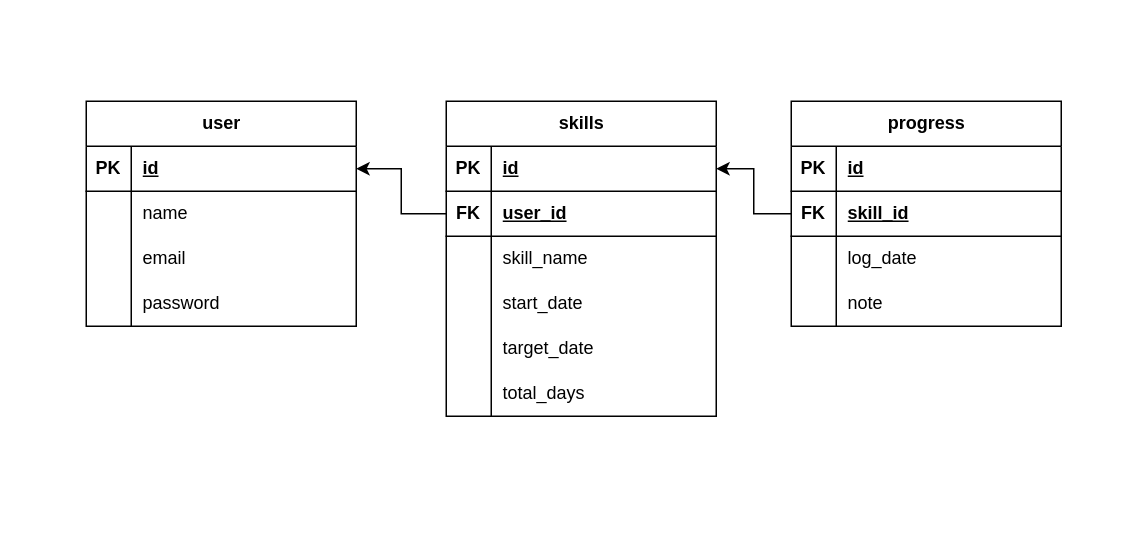
The draw.io diagram Diagram Tanpa Judul.drawio in hambali-020608/skill-tracer, before the edit. Source tidied: cells renumbered, new cells numbered last; positions are measured from the earlier drawing's top-left corner, leaving out a move shared by most shapes. Both pictures are drawn from the tidied source at 150%, with x=0, y=0 at pixel (86, 100).
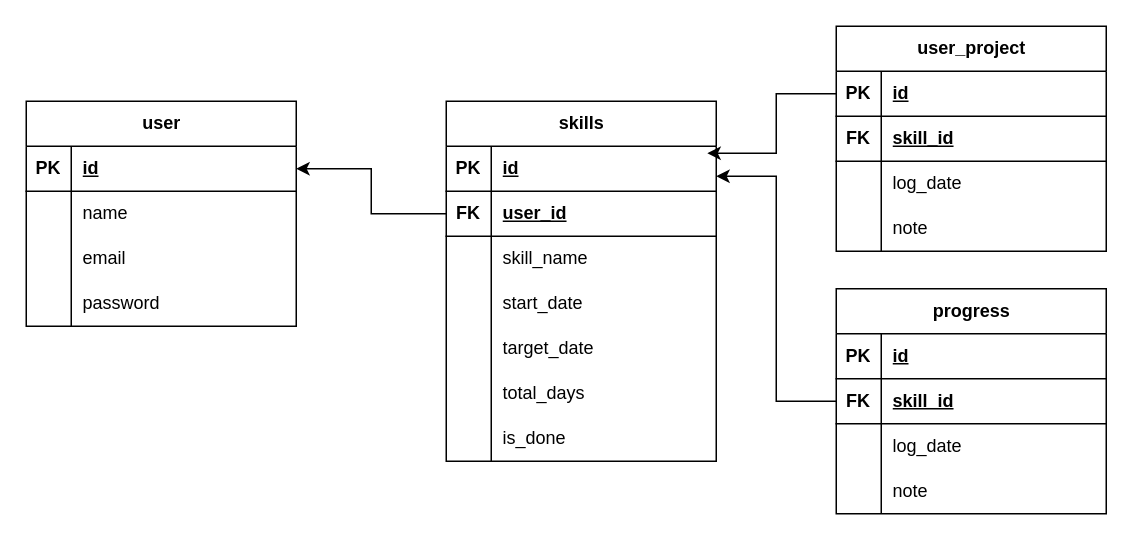
The same diagram, later.

Unchanged cells that the change refers to:
```xml
<mxCell id="16" style="shape=tableRow;horizontal=0;startSize=0;swimlaneHead=0;swimlaneBody=0;fillColor=none;points=[[0,0.5],[1,0.5]];portConstraint=eastwest;top=0;left=0;right=0;bottom=1;" parent="15" vertex="1">
  <mxGeometry y="30" width="180" height="30" as="geometry" />
</mxCell>
<mxCell id="38" style="shape=tableRow;horizontal=0;startSize=0;swimlaneHead=0;swimlaneBody=0;fillColor=none;points=[[0,0.5],[1,0.5]];portConstraint=eastwest;top=0;left=0;right=0;bottom=1;" parent="34" vertex="1">
  <mxGeometry y="60" width="180" height="30" as="geometry" />
</mxCell>
```

Change to the diagram source:
```diff
@@
     <mxCell id="2" value="user" style="shape=table;startSize=30;childLayout=tableLayout;rowLines=0;fontStyle=1;align=center;html=1;" parent="1" vertex="1">
-      <mxGeometry width="180" height="150" as="geometry" />
+      <mxGeometry x="-40" width="180" height="150" as="geometry" />
     </mxCell>
@@
     <mxCell id="15" value="skills" style="shape=table;startSize=30;childLayout=tableLayout;rowLines=0;fontStyle=1;align=center;html=1;" parent="1" vertex="1">
-      <mxGeometry x="240" width="180" height="210" as="geometry" />
+      <mxGeometry x="240" width="180" height="240" as="geometry" />
     </mxCell>
@@
+    <mxCell id="49" style="shape=tableRow;horizontal=0;startSize=0;swimlaneHead=0;swimlaneBody=0;fillColor=none;top=0;left=0;right=0;bottom=0;" parent="15" vertex="1">
+      <mxGeometry y="210" width="180" height="30" as="geometry" />
+    </mxCell>
+    <mxCell id="50" style="shape=partialRectangle;fillColor=none;top=0;left=0;bottom=0;right=0;overflow=hidden;whiteSpace=wrap;html=1;" parent="49" vertex="1">
+      <mxGeometry width="30" height="30" as="geometry" />
+    </mxCell>
+    <mxCell id="51" value="is_done" style="shape=partialRectangle;fillColor=none;top=0;left=0;bottom=0;right=0;align=left;spacingLeft=6;overflow=hidden;whiteSpace=wrap;html=1;" parent="49" vertex="1">
+      <mxGeometry x="30" width="150" height="30" as="geometry" />
+    </mxCell>
     <mxCell id="34" value="progress" style="shape=table;startSize=30;childLayout=tableLayout;rowLines=0;fontStyle=1;align=center;html=1;" parent="1" vertex="1">
-      <mxGeometry x="470" width="180" height="150" as="geometry" />
+      <mxGeometry x="500" y="125" width="180" height="150" as="geometry" />
     </mxCell>
@@
     <mxCell id="47" style="edgeStyle=orthogonalEdgeStyle;rounded=0;jettySize=auto;html=1;" parent="1" edge="1" source="38" target="16">
-      <mxGeometry relative="1" as="geometry" />
+      <mxGeometry relative="1" as="geometry">
+        <Array as="points">
+          <mxPoint x="460" y="200" />
+          <mxPoint x="460" y="50" />
+        </Array>
+      </mxGeometry>
     </mxCell>
@@
+    <mxCell id="52" value="user_project" style="shape=table;startSize=30;childLayout=tableLayout;rowLines=0;fontStyle=1;align=center;html=1;" parent="1" vertex="1">
+      <mxGeometry x="500" y="-50" width="180" height="150" as="geometry" />
+    </mxCell>
+    <mxCell id="53" style="shape=tableRow;horizontal=0;startSize=0;swimlaneHead=0;swimlaneBody=0;fillColor=none;points=[[0,0.5],[1,0.5]];portConstraint=eastwest;top=0;left=0;right=0;bottom=1;" parent="52" vertex="1">
+      <mxGeometry y="30" width="180" height="30" as="geometry" />
+    </mxCell>
+    <mxCell id="54" value="PK" style="shape=partialRectangle;fillColor=none;top=0;left=0;bottom=0;right=0;fontStyle=1;overflow=hidden;whiteSpace=wrap;html=1;" parent="53" vertex="1">
+      <mxGeometry width="30" height="30" as="geometry" />
+    </mxCell>
+    <mxCell id="55" value="id" style="shape=partialRectangle;fillColor=none;top=0;left=0;bottom=0;right=0;align=left;spacingLeft=6;fontStyle=5;overflow=hidden;whiteSpace=wrap;html=1;" parent="53" vertex="1">
+      <mxGeometry x="30" width="150" height="30" as="geometry" />
+    </mxCell>
+    <mxCell id="56" style="shape=tableRow;horizontal=0;startSize=0;swimlaneHead=0;swimlaneBody=0;fillColor=none;top=0;left=0;right=0;bottom=1;" parent="52" vertex="1">
+      <mxGeometry y="60" width="180" height="30" as="geometry" />
+    </mxCell>
+    <mxCell id="57" value="FK" style="shape=partialRectangle;fillColor=none;top=0;left=0;bottom=0;right=0;fontStyle=1;overflow=hidden;whiteSpace=wrap;html=1;" parent="56" vertex="1">
+      <mxGeometry width="30" height="30" as="geometry" />
+    </mxCell>
+    <mxCell id="58" value="skill_id" style="shape=partialRectangle;fillColor=none;top=0;left=0;bottom=0;right=0;align=left;spacingLeft=6;fontStyle=5;overflow=hidden;whiteSpace=wrap;html=1;" parent="56" vertex="1">
+      <mxGeometry x="30" width="150" height="30" as="geometry" />
+    </mxCell>
+    <mxCell id="59" style="shape=tableRow;horizontal=0;startSize=0;swimlaneHead=0;swimlaneBody=0;fillColor=none;top=0;left=0;right=0;bottom=0;" parent="52" vertex="1">
+      <mxGeometry y="90" width="180" height="30" as="geometry" />
+    </mxCell>
+    <mxCell id="60" style="shape=partialRectangle;fillColor=none;top=0;left=0;bottom=0;right=0;overflow=hidden;whiteSpace=wrap;html=1;" parent="59" vertex="1">
+      <mxGeometry width="30" height="30" as="geometry" />
+    </mxCell>
+    <mxCell id="61" value="log_date" style="shape=partialRectangle;fillColor=none;top=0;left=0;bottom=0;right=0;align=left;spacingLeft=6;overflow=hidden;whiteSpace=wrap;html=1;" parent="59" vertex="1">
+      <mxGeometry x="30" width="150" height="30" as="geometry" />
+    </mxCell>
+    <mxCell id="62" style="shape=tableRow;horizontal=0;startSize=0;swimlaneHead=0;swimlaneBody=0;fillColor=none;top=0;left=0;right=0;bottom=0;" parent="52" vertex="1">
+      <mxGeometry y="120" width="180" height="30" as="geometry" />
+    </mxCell>
+    <mxCell id="63" style="shape=partialRectangle;fillColor=none;top=0;left=0;bottom=0;right=0;overflow=hidden;whiteSpace=wrap;html=1;" parent="62" vertex="1">
+      <mxGeometry width="30" height="30" as="geometry" />
+    </mxCell>
+    <mxCell id="64" value="note" style="shape=partialRectangle;fillColor=none;top=0;left=0;bottom=0;right=0;align=left;spacingLeft=6;overflow=hidden;whiteSpace=wrap;html=1;" parent="62" vertex="1">
+      <mxGeometry x="30" width="150" height="30" as="geometry" />
+    </mxCell>
+    <mxCell id="65" style="edgeStyle=orthogonalEdgeStyle;rounded=0;jettySize=auto;html=1;entryX=0.967;entryY=0.156;entryDx=0;entryDy=0;entryPerimeter=0;" parent="1" edge="1" source="53" target="16">
+      <mxGeometry relative="1" as="geometry" />
+    </mxCell>
```
